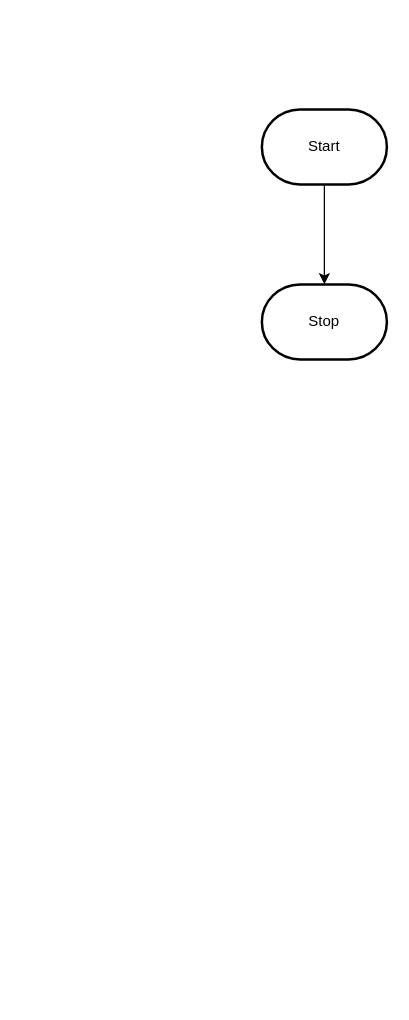
The draw.io diagram design/flowchart.drawio in MTHS-TEJ2O-1-2023/TEJ2O-Unit-2-10-angelo-yalung, before the edit. Source tidied: cells renumbered, new cells numbered last; positions are measured from the earlier drawing's top-left corner, leaving out a move shared by most shapes. Both pictures are drawn from the tidied source at 125%, with x=0, y=0 at pixel (261, 109).
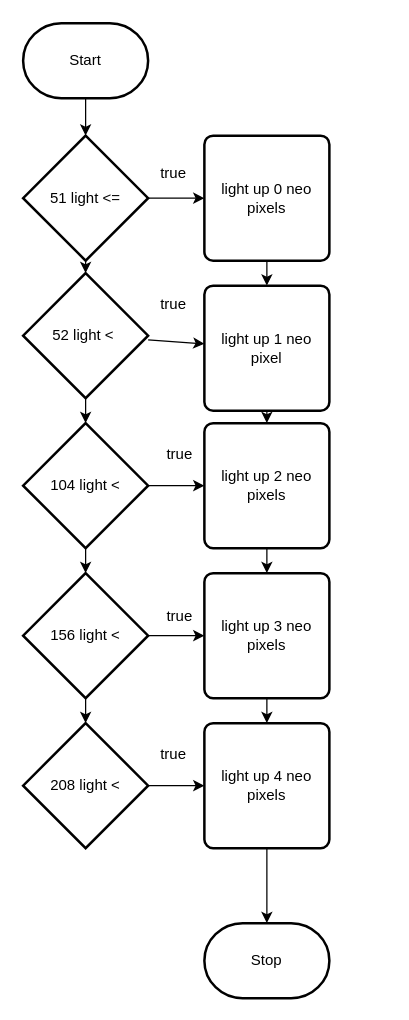
After the change.

The edit, as a diff of the source:
```diff
@@
-    <mxCell id="2" style="edgeStyle=orthogonalEdgeStyle;html=1;rounded=0;" parent="1" edge="1" source="3" target="4">
-      <mxGeometry relative="1" as="geometry" />
-    </mxCell>
+    <mxCell id="5" style="edgeStyle=none;html=1;exitX=0.5;exitY=1;exitDx=0;exitDy=0;exitPerimeter=0;entryX=0.5;entryY=0;entryDx=0;entryDy=0;entryPerimeter=0;" parent="1" edge="1" source="3" target="8">
+      <mxGeometry relative="1" as="geometry" />
+    </mxCell>
     <mxCell id="3" value="Start" style="strokeWidth=2;html=1;shape=mxgraph.flowchart.terminator;whiteSpace=wrap;" parent="1" vertex="1">
-      <mxGeometry width="100" height="60" as="geometry" />
+      <mxGeometry x="-191" y="-69" width="100" height="60" as="geometry" />
     </mxCell>
     <mxCell id="4" value="Stop" style="strokeWidth=2;html=1;shape=mxgraph.flowchart.terminator;whiteSpace=wrap;" parent="1" vertex="1">
-      <mxGeometry y="140" width="100" height="60" as="geometry" />
+      <mxGeometry x="-46" y="651" width="100" height="60" as="geometry" />
     </mxCell>
+    <mxCell id="6" style="edgeStyle=none;html=1;exitX=0.5;exitY=1;exitDx=0;exitDy=0;exitPerimeter=0;entryX=0.5;entryY=0;entryDx=0;entryDy=0;entryPerimeter=0;" parent="1" edge="1" source="8" target="14">
+      <mxGeometry relative="1" as="geometry" />
+    </mxCell>
+    <mxCell id="7" style="edgeStyle=none;html=1;" parent="1" edge="1" source="8" target="22">
+      <mxGeometry relative="1" as="geometry" />
+    </mxCell>
+    <mxCell id="8" value="51 light &amp;lt;=" style="strokeWidth=2;html=1;shape=mxgraph.flowchart.decision;whiteSpace=wrap;" parent="1" vertex="1">
+      <mxGeometry x="-191" y="21" width="100" height="100" as="geometry" />
+    </mxCell>
+    <mxCell id="9" style="edgeStyle=none;html=1;exitX=0.5;exitY=1;exitDx=0;exitDy=0;exitPerimeter=0;entryX=0.5;entryY=0;entryDx=0;entryDy=0;entryPerimeter=0;" parent="1" edge="1" source="11" target="17">
+      <mxGeometry relative="1" as="geometry" />
+    </mxCell>
+    <mxCell id="10" style="edgeStyle=none;html=1;" parent="1" edge="1" source="11" target="26">
+      <mxGeometry relative="1" as="geometry" />
+    </mxCell>
+    <mxCell id="11" value="104 light &amp;lt;" style="strokeWidth=2;html=1;shape=mxgraph.flowchart.decision;whiteSpace=wrap;" parent="1" vertex="1">
+      <mxGeometry x="-191" y="251" width="100" height="100" as="geometry" />
+    </mxCell>
+    <mxCell id="12" style="edgeStyle=none;html=1;exitX=0.5;exitY=1;exitDx=0;exitDy=0;exitPerimeter=0;entryX=0.5;entryY=0;entryDx=0;entryDy=0;entryPerimeter=0;" parent="1" edge="1" source="14" target="11">
+      <mxGeometry relative="1" as="geometry" />
+    </mxCell>
+    <mxCell id="13" style="edgeStyle=none;html=1;" parent="1" edge="1" source="14" target="24">
+      <mxGeometry relative="1" as="geometry" />
+    </mxCell>
+    <mxCell id="14" value="52 light &amp;lt;&amp;nbsp;" style="strokeWidth=2;html=1;shape=mxgraph.flowchart.decision;whiteSpace=wrap;" parent="1" vertex="1">
+      <mxGeometry x="-191" y="131" width="100" height="100" as="geometry" />
+    </mxCell>
+    <mxCell id="15" style="edgeStyle=none;html=1;exitX=0.5;exitY=1;exitDx=0;exitDy=0;exitPerimeter=0;entryX=0.5;entryY=0;entryDx=0;entryDy=0;entryPerimeter=0;" parent="1" edge="1" source="17" target="19">
+      <mxGeometry relative="1" as="geometry" />
+    </mxCell>
+    <mxCell id="16" style="edgeStyle=none;html=1;" parent="1" edge="1" source="17" target="28">
+      <mxGeometry relative="1" as="geometry" />
+    </mxCell>
+    <mxCell id="17" value="156 light &amp;lt;" style="strokeWidth=2;html=1;shape=mxgraph.flowchart.decision;whiteSpace=wrap;" parent="1" vertex="1">
+      <mxGeometry x="-191" y="371" width="100" height="100" as="geometry" />
+    </mxCell>
+    <mxCell id="18" style="edgeStyle=none;html=1;exitX=1;exitY=0.5;exitDx=0;exitDy=0;exitPerimeter=0;entryX=0;entryY=0.5;entryDx=0;entryDy=0;" parent="1" edge="1" source="19" target="30">
+      <mxGeometry relative="1" as="geometry" />
+    </mxCell>
+    <mxCell id="19" value="208 light &amp;lt;" style="strokeWidth=2;html=1;shape=mxgraph.flowchart.decision;whiteSpace=wrap;" parent="1" vertex="1">
+      <mxGeometry x="-191" y="491" width="100" height="100" as="geometry" />
+    </mxCell>
+    <mxCell id="20" value="true" style="text;html=1;align=center;verticalAlign=middle;strokeColor=none;fillColor=none;" parent="1" vertex="1">
+      <mxGeometry x="-91" y="36" width="40" height="30" as="geometry" />
+    </mxCell>
+    <mxCell id="21" style="edgeStyle=none;html=1;exitX=0.5;exitY=1;exitDx=0;exitDy=0;" parent="1" edge="1" source="22" target="24">
+      <mxGeometry relative="1" as="geometry" />
+    </mxCell>
+    <mxCell id="22" value="light up 0 neo pixels" style="rounded=1;whiteSpace=wrap;html=1;absoluteArcSize=1;arcSize=14;strokeWidth=2;" parent="1" vertex="1">
+      <mxGeometry x="-46" y="21" width="100" height="100" as="geometry" />
+    </mxCell>
+    <mxCell id="23" style="edgeStyle=none;html=1;exitX=0.5;exitY=1;exitDx=0;exitDy=0;entryX=0.5;entryY=0;entryDx=0;entryDy=0;" parent="1" edge="1" source="24" target="26">
+      <mxGeometry relative="1" as="geometry" />
+    </mxCell>
+    <mxCell id="24" value="light up 1 neo pixel" style="rounded=1;whiteSpace=wrap;html=1;absoluteArcSize=1;arcSize=14;strokeWidth=2;" parent="1" vertex="1">
+      <mxGeometry x="-46" y="141" width="100" height="100" as="geometry" />
+    </mxCell>
+    <mxCell id="25" style="edgeStyle=none;html=1;exitX=0.5;exitY=1;exitDx=0;exitDy=0;entryX=0.5;entryY=0;entryDx=0;entryDy=0;" parent="1" edge="1" source="26" target="28">
+      <mxGeometry relative="1" as="geometry" />
+    </mxCell>
+    <mxCell id="26" value="light up 2 neo pixels" style="rounded=1;whiteSpace=wrap;html=1;absoluteArcSize=1;arcSize=14;strokeWidth=2;" parent="1" vertex="1">
+      <mxGeometry x="-46" y="251" width="100" height="100" as="geometry" />
+    </mxCell>
+    <mxCell id="27" style="edgeStyle=none;html=1;exitX=0.5;exitY=1;exitDx=0;exitDy=0;entryX=0.5;entryY=0;entryDx=0;entryDy=0;" parent="1" edge="1" source="28" target="30">
+      <mxGeometry relative="1" as="geometry" />
+    </mxCell>
+    <mxCell id="28" value="light up 3 neo pixels" style="rounded=1;whiteSpace=wrap;html=1;absoluteArcSize=1;arcSize=14;strokeWidth=2;" parent="1" vertex="1">
+      <mxGeometry x="-46" y="371" width="100" height="100" as="geometry" />
+    </mxCell>
+    <mxCell id="29" style="edgeStyle=none;html=1;exitX=0.5;exitY=1;exitDx=0;exitDy=0;entryX=0.5;entryY=0;entryDx=0;entryDy=0;entryPerimeter=0;" parent="1" edge="1" source="30" target="4">
+      <mxGeometry relative="1" as="geometry" />
+    </mxCell>
+    <mxCell id="30" value="light up 4 neo pixels" style="rounded=1;whiteSpace=wrap;html=1;absoluteArcSize=1;arcSize=14;strokeWidth=2;" parent="1" vertex="1">
+      <mxGeometry x="-46" y="491" width="100" height="100" as="geometry" />
+    </mxCell>
+    <mxCell id="31" value="true" style="text;html=1;align=center;verticalAlign=middle;strokeColor=none;fillColor=none;" parent="1" vertex="1">
+      <mxGeometry x="-86" y="261" width="40" height="30" as="geometry" />
+    </mxCell>
+    <mxCell id="32" value="true" style="text;html=1;align=center;verticalAlign=middle;strokeColor=none;fillColor=none;" parent="1" vertex="1">
+      <mxGeometry x="-91" y="141" width="40" height="30" as="geometry" />
+    </mxCell>
+    <mxCell id="33" value="true" style="text;html=1;align=center;verticalAlign=middle;strokeColor=none;fillColor=none;" parent="1" vertex="1">
+      <mxGeometry x="-91" y="501" width="40" height="30" as="geometry" />
+    </mxCell>
+    <mxCell id="34" value="true" style="text;html=1;align=center;verticalAlign=middle;strokeColor=none;fillColor=none;" parent="1" vertex="1">
+      <mxGeometry x="-86" y="391" width="40" height="30" as="geometry" />
+    </mxCell>
```
